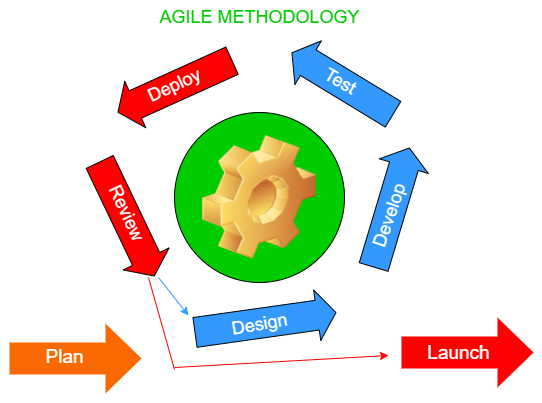
The draw.io diagram proposal/submission/sec01/stakeholder/diagram/agile.png in drshahizan/software-engineering, before a commit. Source tidied: cells renumbered, new cells last; positions are measured from the earlier drawing's top-left corner, leaving out a move shared by most shapes.
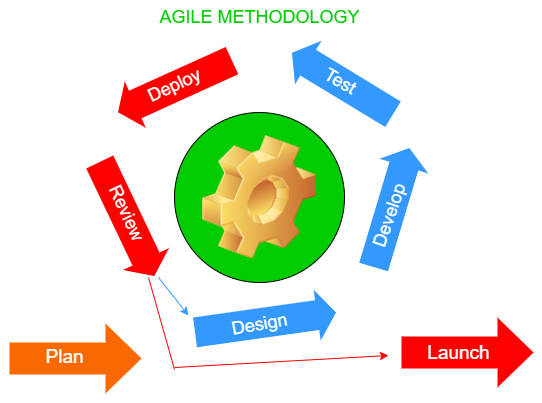
Above is the later version.

Diff of the diagram source:
```diff
@@ -42,7 +42,7 @@
     <mxCell id="9" style="ellipse;whiteSpace=wrap;html=1;gradientColor=none;strokeColor=default;labelBackgroundColor=none;labelBorderColor=none;fillColor=#00CC00;fontColor=#33FF33;" parent="1" vertex="1">
       <mxGeometry x="174" y="112" width="170" height="170" as="geometry" />
     </mxCell>
-    <mxCell id="10" style="shape=flexArrow;endArrow=classic;html=1;width=30;labelBackgroundColor=#00FFFF;fontColor=#FFFFFF;labelBorderColor=#FFFFFF;fillColor=#3399FF;" parent="1" edge="1">
+    <mxCell id="10" style="shape=flexArrow;endArrow=classic;html=1;width=30;labelBackgroundColor=#00FFFF;fontColor=#FFFFFF;labelBorderColor=#FFFFFF;fillColor=#3399FF;strokeColor=none;" parent="1" edge="1">
       <mxGeometry relative="1" as="geometry">
         <mxPoint x="194" y="332" as="sourcePoint" />
         <mxPoint x="336" y="312" as="targetPoint" />
@@ -53,7 +53,7 @@
         <mxPoint x="17" y="-2" as="offset" />
       </mxGeometry>
     </mxCell>
-    <mxCell id="12" style="shape=flexArrow;endArrow=classic;html=1;width=30;labelBackgroundColor=#00FFFF;fontColor=#FFFFFF;labelBorderColor=#FFFFFF;fillColor=#3399FF;" parent="1" edge="1">
+    <mxCell id="12" style="shape=flexArrow;endArrow=classic;html=1;width=30;labelBackgroundColor=#00FFFF;fontColor=#FFFFFF;labelBorderColor=#FFFFFF;fillColor=#3399FF;strokeColor=none;" parent="1" edge="1">
       <mxGeometry relative="1" as="geometry">
         <mxPoint x="373" y="267" as="sourcePoint" />
         <mxPoint x="409" y="147" as="targetPoint" />
@@ -64,7 +64,7 @@
         <mxPoint x="3" y="-14" as="offset" />
       </mxGeometry>
     </mxCell>
-    <mxCell id="14" style="shape=flexArrow;endArrow=classic;html=1;width=30;labelBackgroundColor=#00FFFF;fontColor=#FFFFFF;labelBorderColor=#FFFFFF;fillColor=#3399FF;" parent="1" edge="1">
+    <mxCell id="14" style="shape=flexArrow;endArrow=classic;html=1;width=30;labelBackgroundColor=#00FFFF;fontColor=#FFFFFF;labelBorderColor=#FFFFFF;fillColor=#3399FF;strokeColor=none;" parent="1" edge="1">
       <mxGeometry relative="1" as="geometry">
         <mxPoint x="393" y="114" as="sourcePoint" />
         <mxPoint x="291" y="52" as="targetPoint" />
@@ -75,7 +75,7 @@
         <mxPoint x="8" y="8" as="offset" />
       </mxGeometry>
     </mxCell>
-    <mxCell id="16" style="shape=flexArrow;endArrow=classic;html=1;width=30;labelBackgroundColor=#00FFFF;fontColor=#FFFFFF;labelBorderColor=#FFFFFF;fillColor=#FF0000;" parent="1" edge="1">
+    <mxCell id="16" style="shape=flexArrow;endArrow=classic;html=1;width=30;labelBackgroundColor=#00FFFF;fontColor=#FFFFFF;labelBorderColor=#FFFFFF;fillColor=#FF0000;strokeColor=none;" parent="1" edge="1">
       <mxGeometry relative="1" as="geometry">
         <mxPoint x="232" y="60" as="sourcePoint" />
         <mxPoint x="117" y="112" as="targetPoint" />
@@ -86,7 +86,7 @@
         <mxPoint x="14" y="-2" as="offset" />
       </mxGeometry>
     </mxCell>
-    <mxCell id="18" style="shape=flexArrow;endArrow=classic;html=1;width=30;labelBackgroundColor=#00FFFF;fontColor=#FFFFFF;labelBorderColor=#FFFFFF;fillColor=#FF0000;" parent="1" edge="1">
+    <mxCell id="18" style="shape=flexArrow;endArrow=classic;html=1;width=30;labelBackgroundColor=#00FFFF;fontColor=#FFFFFF;labelBorderColor=#FFFFFF;fillColor=#FF0000;strokeColor=none;" parent="1" edge="1">
       <mxGeometry relative="1" as="geometry">
         <mxPoint x="99" y="161" as="sourcePoint" />
         <mxPoint x="154" y="276" as="targetPoint" />
```
